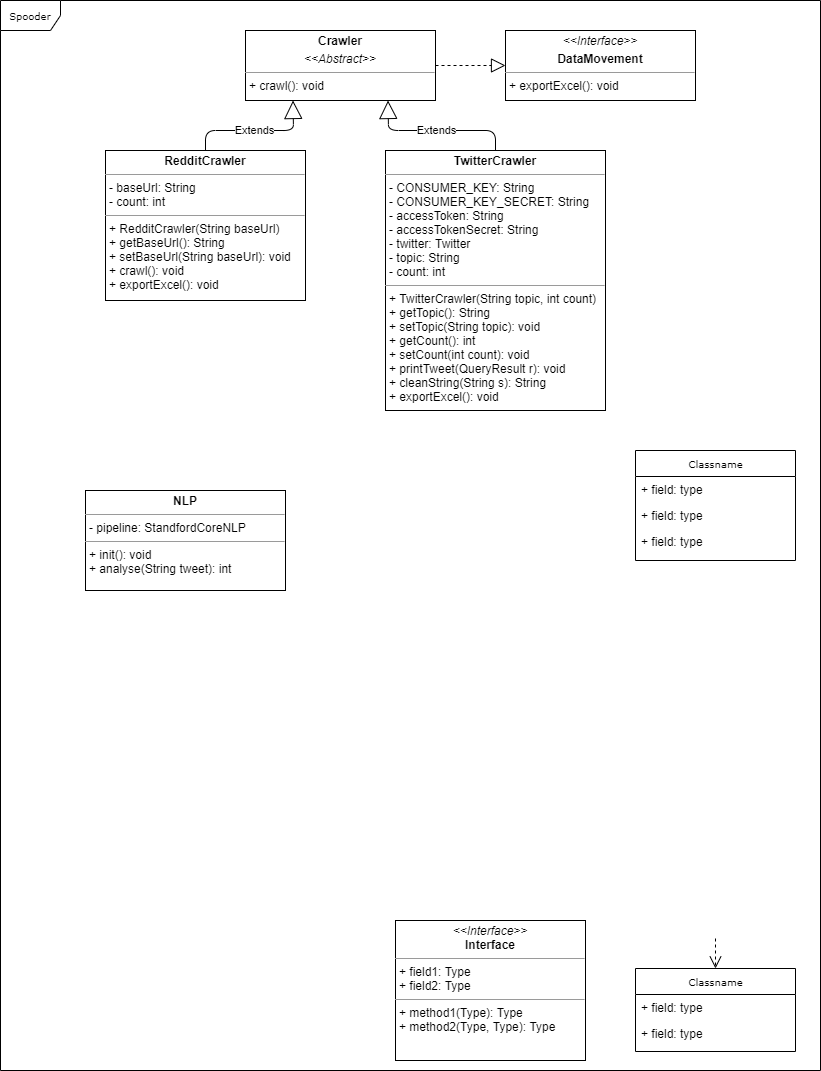
This is Spooder/UMLDiagram.png from yxchia98/spooder, a draw.io export, as it was before one commit. Source tidied: cells renumbered, new cells last; positions are measured from the earlier drawing's top-left corner, leaving out a move shared by most shapes.
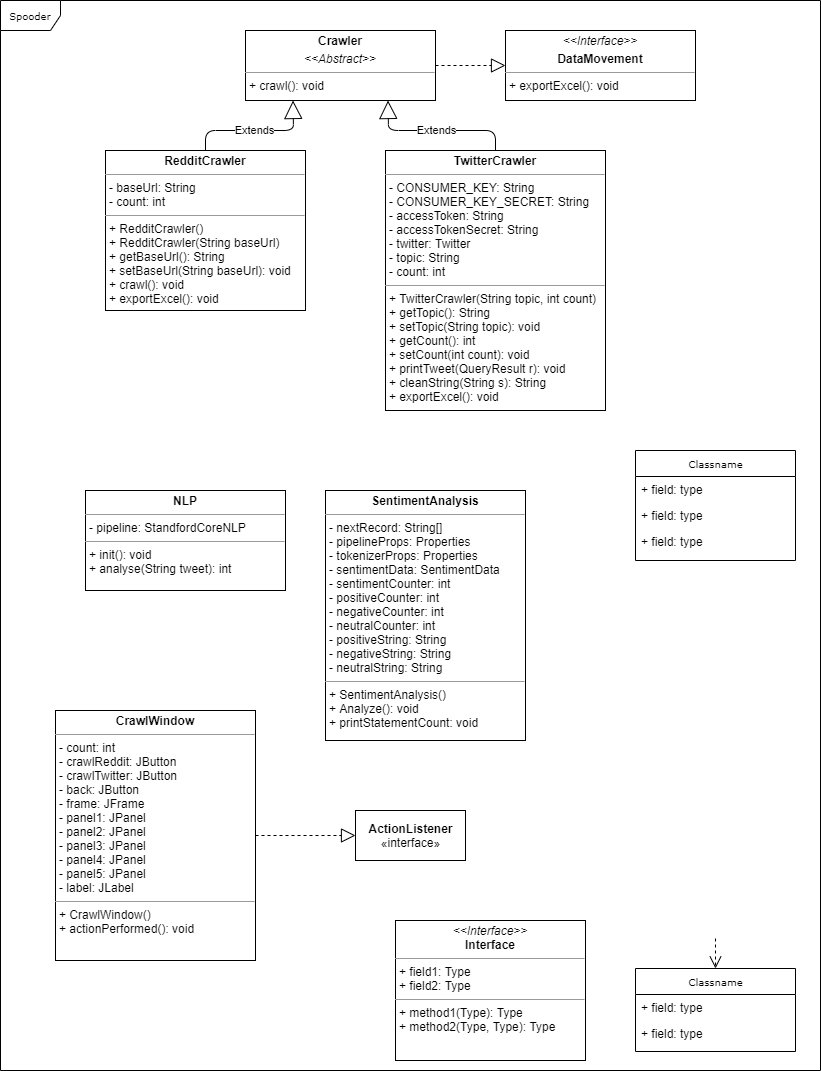
The same diagram one commit later.

Change to the diagram source:
```diff
@@ -40,8 +40,8 @@
     <mxCell id="13" value="&lt;p style=&quot;margin: 0px ; margin-top: 4px ; text-align: center&quot;&gt;&lt;b&gt;Crawler&lt;/b&gt;&lt;/p&gt;&lt;p style=&quot;margin: 0px ; margin-top: 4px ; text-align: center&quot;&gt;&lt;i&gt;&amp;lt;&amp;lt;Abstract&amp;gt;&amp;gt;&lt;/i&gt;&lt;/p&gt;&lt;hr size=&quot;1&quot;&gt;&lt;p style=&quot;margin: 0px ; margin-left: 4px&quot;&gt;+ crawl(): void&lt;/p&gt;" style="verticalAlign=top;align=left;overflow=fill;fontSize=12;fontFamily=Helvetica;html=1;rounded=0;shadow=0;comic=0;labelBackgroundColor=none;strokeWidth=1;" parent="1" vertex="1">
       <mxGeometry x="245" y="30" width="190" height="70" as="geometry" />
     </mxCell>
-    <mxCell id="14" value="&lt;p style=&quot;margin: 0px ; margin-top: 4px ; text-align: center&quot;&gt;&lt;b&gt;RedditCrawler&lt;/b&gt;&lt;/p&gt;&lt;hr size=&quot;1&quot;&gt;&lt;p style=&quot;margin: 0px ; margin-left: 4px&quot;&gt;- baseUrl: String&lt;br&gt;- count: int&lt;/p&gt;&lt;hr size=&quot;1&quot;&gt;&lt;p style=&quot;margin: 0px ; margin-left: 4px&quot;&gt;+ RedditCrawler(String baseUrl)&lt;/p&gt;&lt;p style=&quot;margin: 0px ; margin-left: 4px&quot;&gt;+ getBaseUrl(): String&lt;/p&gt;&lt;p style=&quot;margin: 0px ; margin-left: 4px&quot;&gt;+ setBaseUrl(String baseUrl): void&lt;/p&gt;&lt;p style=&quot;margin: 0px ; margin-left: 4px&quot;&gt;+ crawl(): void&lt;br&gt;+ exportExcel(): void&lt;/p&gt;" style="verticalAlign=top;align=left;overflow=fill;fontSize=12;fontFamily=Helvetica;html=1;rounded=0;shadow=0;comic=0;labelBackgroundColor=none;strokeWidth=1;" parent="1" vertex="1">
-      <mxGeometry x="105" y="150" width="200" height="150" as="geometry" />
+    <mxCell id="14" value="&lt;p style=&quot;margin: 0px ; margin-top: 4px ; text-align: center&quot;&gt;&lt;b&gt;RedditCrawler&lt;/b&gt;&lt;/p&gt;&lt;hr size=&quot;1&quot;&gt;&lt;p style=&quot;margin: 0px ; margin-left: 4px&quot;&gt;- baseUrl: String&lt;br&gt;- count: int&lt;/p&gt;&lt;hr size=&quot;1&quot;&gt;&lt;p style=&quot;margin: 0px ; margin-left: 4px&quot;&gt;+ RedditCrawler()&lt;/p&gt;&lt;p style=&quot;margin: 0px ; margin-left: 4px&quot;&gt;+ RedditCrawler(String baseUrl)&lt;/p&gt;&lt;p style=&quot;margin: 0px ; margin-left: 4px&quot;&gt;+ getBaseUrl(): String&lt;/p&gt;&lt;p style=&quot;margin: 0px ; margin-left: 4px&quot;&gt;+ setBaseUrl(String baseUrl): void&lt;/p&gt;&lt;p style=&quot;margin: 0px ; margin-left: 4px&quot;&gt;+ crawl(): void&lt;br&gt;+ exportExcel(): void&lt;/p&gt;" style="verticalAlign=top;align=left;overflow=fill;fontSize=12;fontFamily=Helvetica;html=1;rounded=0;shadow=0;comic=0;labelBackgroundColor=none;strokeWidth=1;" parent="1" vertex="1">
+      <mxGeometry x="105" y="150" width="200" height="160" as="geometry" />
     </mxCell>
     <mxCell id="15" style="endArrow=block;dashed=1;endFill=0;endSize=12;html=1;exitX=1;exitY=0.5;exitDx=0;exitDy=0;entryX=0;entryY=0.5;entryDx=0;entryDy=0;" parent="1" edge="1" source="13" target="12">
       <mxGeometry relative="1" as="geometry" />
@@ -68,5 +68,17 @@
     <mxCell id="19" value="&lt;p style=&quot;margin: 0px ; margin-top: 4px ; text-align: center&quot;&gt;&lt;b&gt;NLP&lt;/b&gt;&lt;/p&gt;&lt;hr size=&quot;1&quot;&gt;&lt;p style=&quot;margin: 0px ; margin-left: 4px&quot;&gt;- pipeline: StandfordCoreNLP&lt;br&gt;&lt;/p&gt;&lt;hr size=&quot;1&quot;&gt;&lt;p style=&quot;margin: 0px ; margin-left: 4px&quot;&gt;+ init(): void&lt;/p&gt;&lt;p style=&quot;margin: 0px ; margin-left: 4px&quot;&gt;+ analyse(String tweet): int&lt;/p&gt;" style="verticalAlign=top;align=left;overflow=fill;fontSize=12;fontFamily=Helvetica;html=1;rounded=0;shadow=0;comic=0;labelBackgroundColor=none;strokeWidth=1;" parent="1" vertex="1">
       <mxGeometry x="85" y="490" width="200" height="100" as="geometry" />
     </mxCell>
+    <mxCell id="20" value="&lt;p style=&quot;margin: 0px ; margin-top: 4px ; text-align: center&quot;&gt;&lt;b&gt;SentimentAnalysis&lt;/b&gt;&lt;/p&gt;&lt;hr size=&quot;1&quot;&gt;&lt;p style=&quot;margin: 0px ; margin-left: 4px&quot;&gt;- nextRecord: String[]&lt;br&gt;&lt;/p&gt;&lt;p style=&quot;margin: 0px ; margin-left: 4px&quot;&gt;- pipelineProps: Properties&lt;/p&gt;&lt;p style=&quot;margin: 0px ; margin-left: 4px&quot;&gt;- tokenizerProps: Properties&lt;/p&gt;&lt;p style=&quot;margin: 0px ; margin-left: 4px&quot;&gt;- sentimentData: SentimentData&lt;/p&gt;&lt;p style=&quot;margin: 0px ; margin-left: 4px&quot;&gt;- sentimentCounter: int&lt;/p&gt;&lt;p style=&quot;margin: 0px ; margin-left: 4px&quot;&gt;- positiveCounter: int&lt;/p&gt;&lt;p style=&quot;margin: 0px ; margin-left: 4px&quot;&gt;- negativeCounter: int&lt;/p&gt;&lt;p style=&quot;margin: 0px ; margin-left: 4px&quot;&gt;- neutralCounter: int&lt;/p&gt;&lt;p style=&quot;margin: 0px ; margin-left: 4px&quot;&gt;- positiveString: String&lt;/p&gt;&lt;p style=&quot;margin: 0px ; margin-left: 4px&quot;&gt;- negativeString: String&lt;/p&gt;&lt;p style=&quot;margin: 0px ; margin-left: 4px&quot;&gt;- neutralString: String&lt;/p&gt;&lt;hr size=&quot;1&quot;&gt;&lt;p style=&quot;margin: 0px ; margin-left: 4px&quot;&gt;+ SentimentAnalysis()&lt;/p&gt;&lt;p style=&quot;margin: 0px ; margin-left: 4px&quot;&gt;+ Analyze(): void&lt;/p&gt;&lt;p style=&quot;margin: 0px ; margin-left: 4px&quot;&gt;+ printStatementCount: void&lt;/p&gt;" style="verticalAlign=top;align=left;overflow=fill;fontSize=12;fontFamily=Helvetica;html=1;rounded=0;shadow=0;comic=0;labelBackgroundColor=none;strokeWidth=1;" parent="1" vertex="1">
+      <mxGeometry x="325" y="490" width="200" height="250" as="geometry" />
+    </mxCell>
+    <mxCell id="21" value="&lt;p style=&quot;margin: 0px ; margin-top: 4px ; text-align: center&quot;&gt;&lt;b&gt;CrawlWindow&lt;/b&gt;&lt;/p&gt;&lt;hr size=&quot;1&quot;&gt;&lt;p style=&quot;margin: 0px ; margin-left: 4px&quot;&gt;&lt;span&gt;- count: int&lt;/span&gt;&lt;/p&gt;&lt;p style=&quot;margin: 0px ; margin-left: 4px&quot;&gt;&lt;span&gt;- crawlReddit: JButton&lt;/span&gt;&lt;/p&gt;&lt;p style=&quot;margin: 0px 0px 0px 4px&quot;&gt;&lt;span&gt;- crawlTwitter: JButton&lt;/span&gt;&lt;/p&gt;&lt;div&gt;&lt;p style=&quot;margin: 0px 0px 0px 4px&quot;&gt;&lt;span&gt;- back: JButton&lt;/span&gt;&lt;/p&gt;&lt;/div&gt;&lt;p style=&quot;margin: 0px ; margin-left: 4px&quot;&gt;&lt;span&gt;- frame: JFrame&lt;/span&gt;&lt;/p&gt;&lt;p style=&quot;margin: 0px ; margin-left: 4px&quot;&gt;&lt;span&gt;- panel1: JPanel&lt;br&gt;&lt;/span&gt;&lt;/p&gt;&lt;p style=&quot;margin: 0px ; margin-left: 4px&quot;&gt;- panel2: JPanel&lt;br&gt;&lt;/p&gt;&lt;p style=&quot;margin: 0px ; margin-left: 4px&quot;&gt;- panel3: JPanel&lt;br&gt;&lt;/p&gt;&lt;p style=&quot;margin: 0px ; margin-left: 4px&quot;&gt;- panel4: JPanel&lt;br&gt;&lt;/p&gt;&lt;p style=&quot;margin: 0px ; margin-left: 4px&quot;&gt;- panel5: JPanel&lt;br&gt;&lt;/p&gt;&lt;p style=&quot;margin: 0px ; margin-left: 4px&quot;&gt;- label: JLabel&lt;/p&gt;&lt;hr size=&quot;1&quot;&gt;&lt;p style=&quot;margin: 0px ; margin-left: 4px&quot;&gt;+ CrawlWindow()&lt;br&gt;&lt;/p&gt;&lt;p style=&quot;margin: 0px ; margin-left: 4px&quot;&gt;+ actionPerformed(): void&lt;/p&gt;" style="verticalAlign=top;align=left;overflow=fill;fontSize=12;fontFamily=Helvetica;html=1;rounded=0;shadow=0;comic=0;labelBackgroundColor=none;strokeWidth=1;" parent="1" vertex="1">
+      <mxGeometry x="55" y="710" width="200" height="250" as="geometry" />
+    </mxCell>
+    <mxCell id="22" value="&lt;b&gt;ActionListener&lt;/b&gt;&lt;br&gt;«interface»" style="html=1;" parent="1" vertex="1">
+      <mxGeometry x="355" y="810" width="110" height="50" as="geometry" />
+    </mxCell>
+    <mxCell id="23" style="endArrow=block;dashed=1;endFill=0;endSize=12;html=1;exitX=1;exitY=0.5;exitDx=0;exitDy=0;entryX=0;entryY=0.5;entryDx=0;entryDy=0;" parent="1" edge="1" source="21" target="22">
+      <mxGeometry relative="1" as="geometry" />
+    </mxCell>
   </root>
 </mxGraphModel>
```
